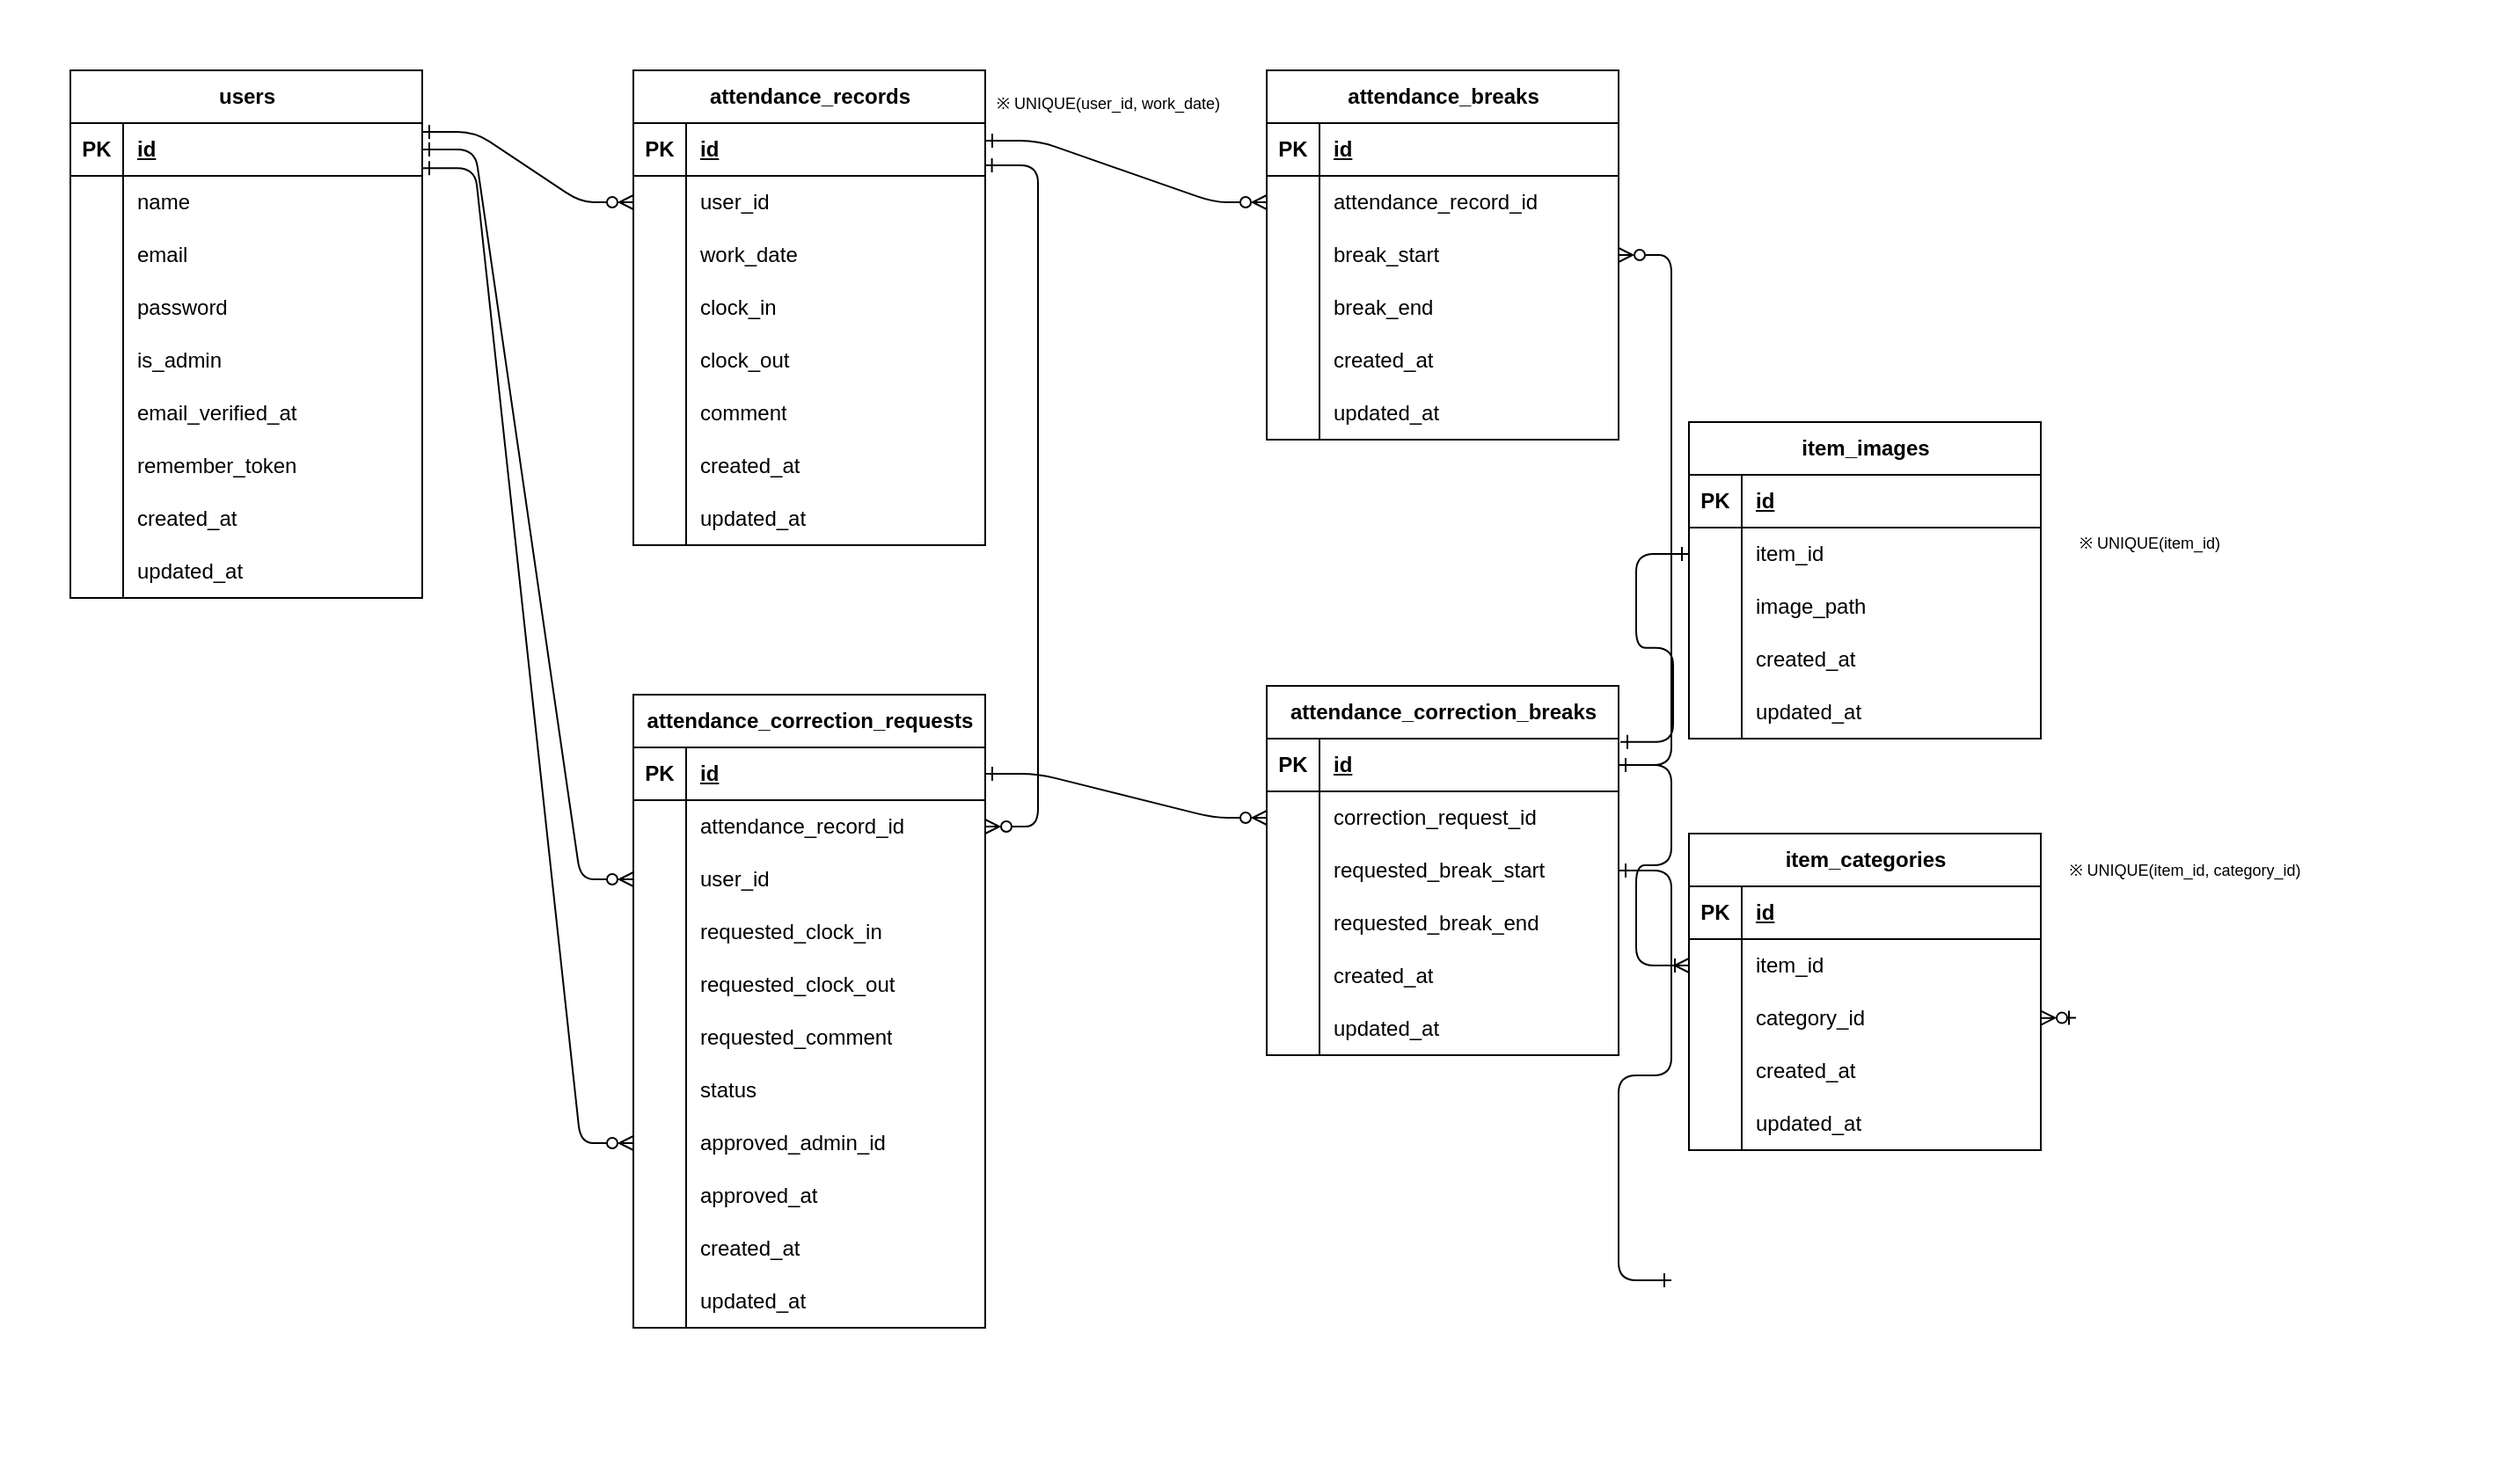
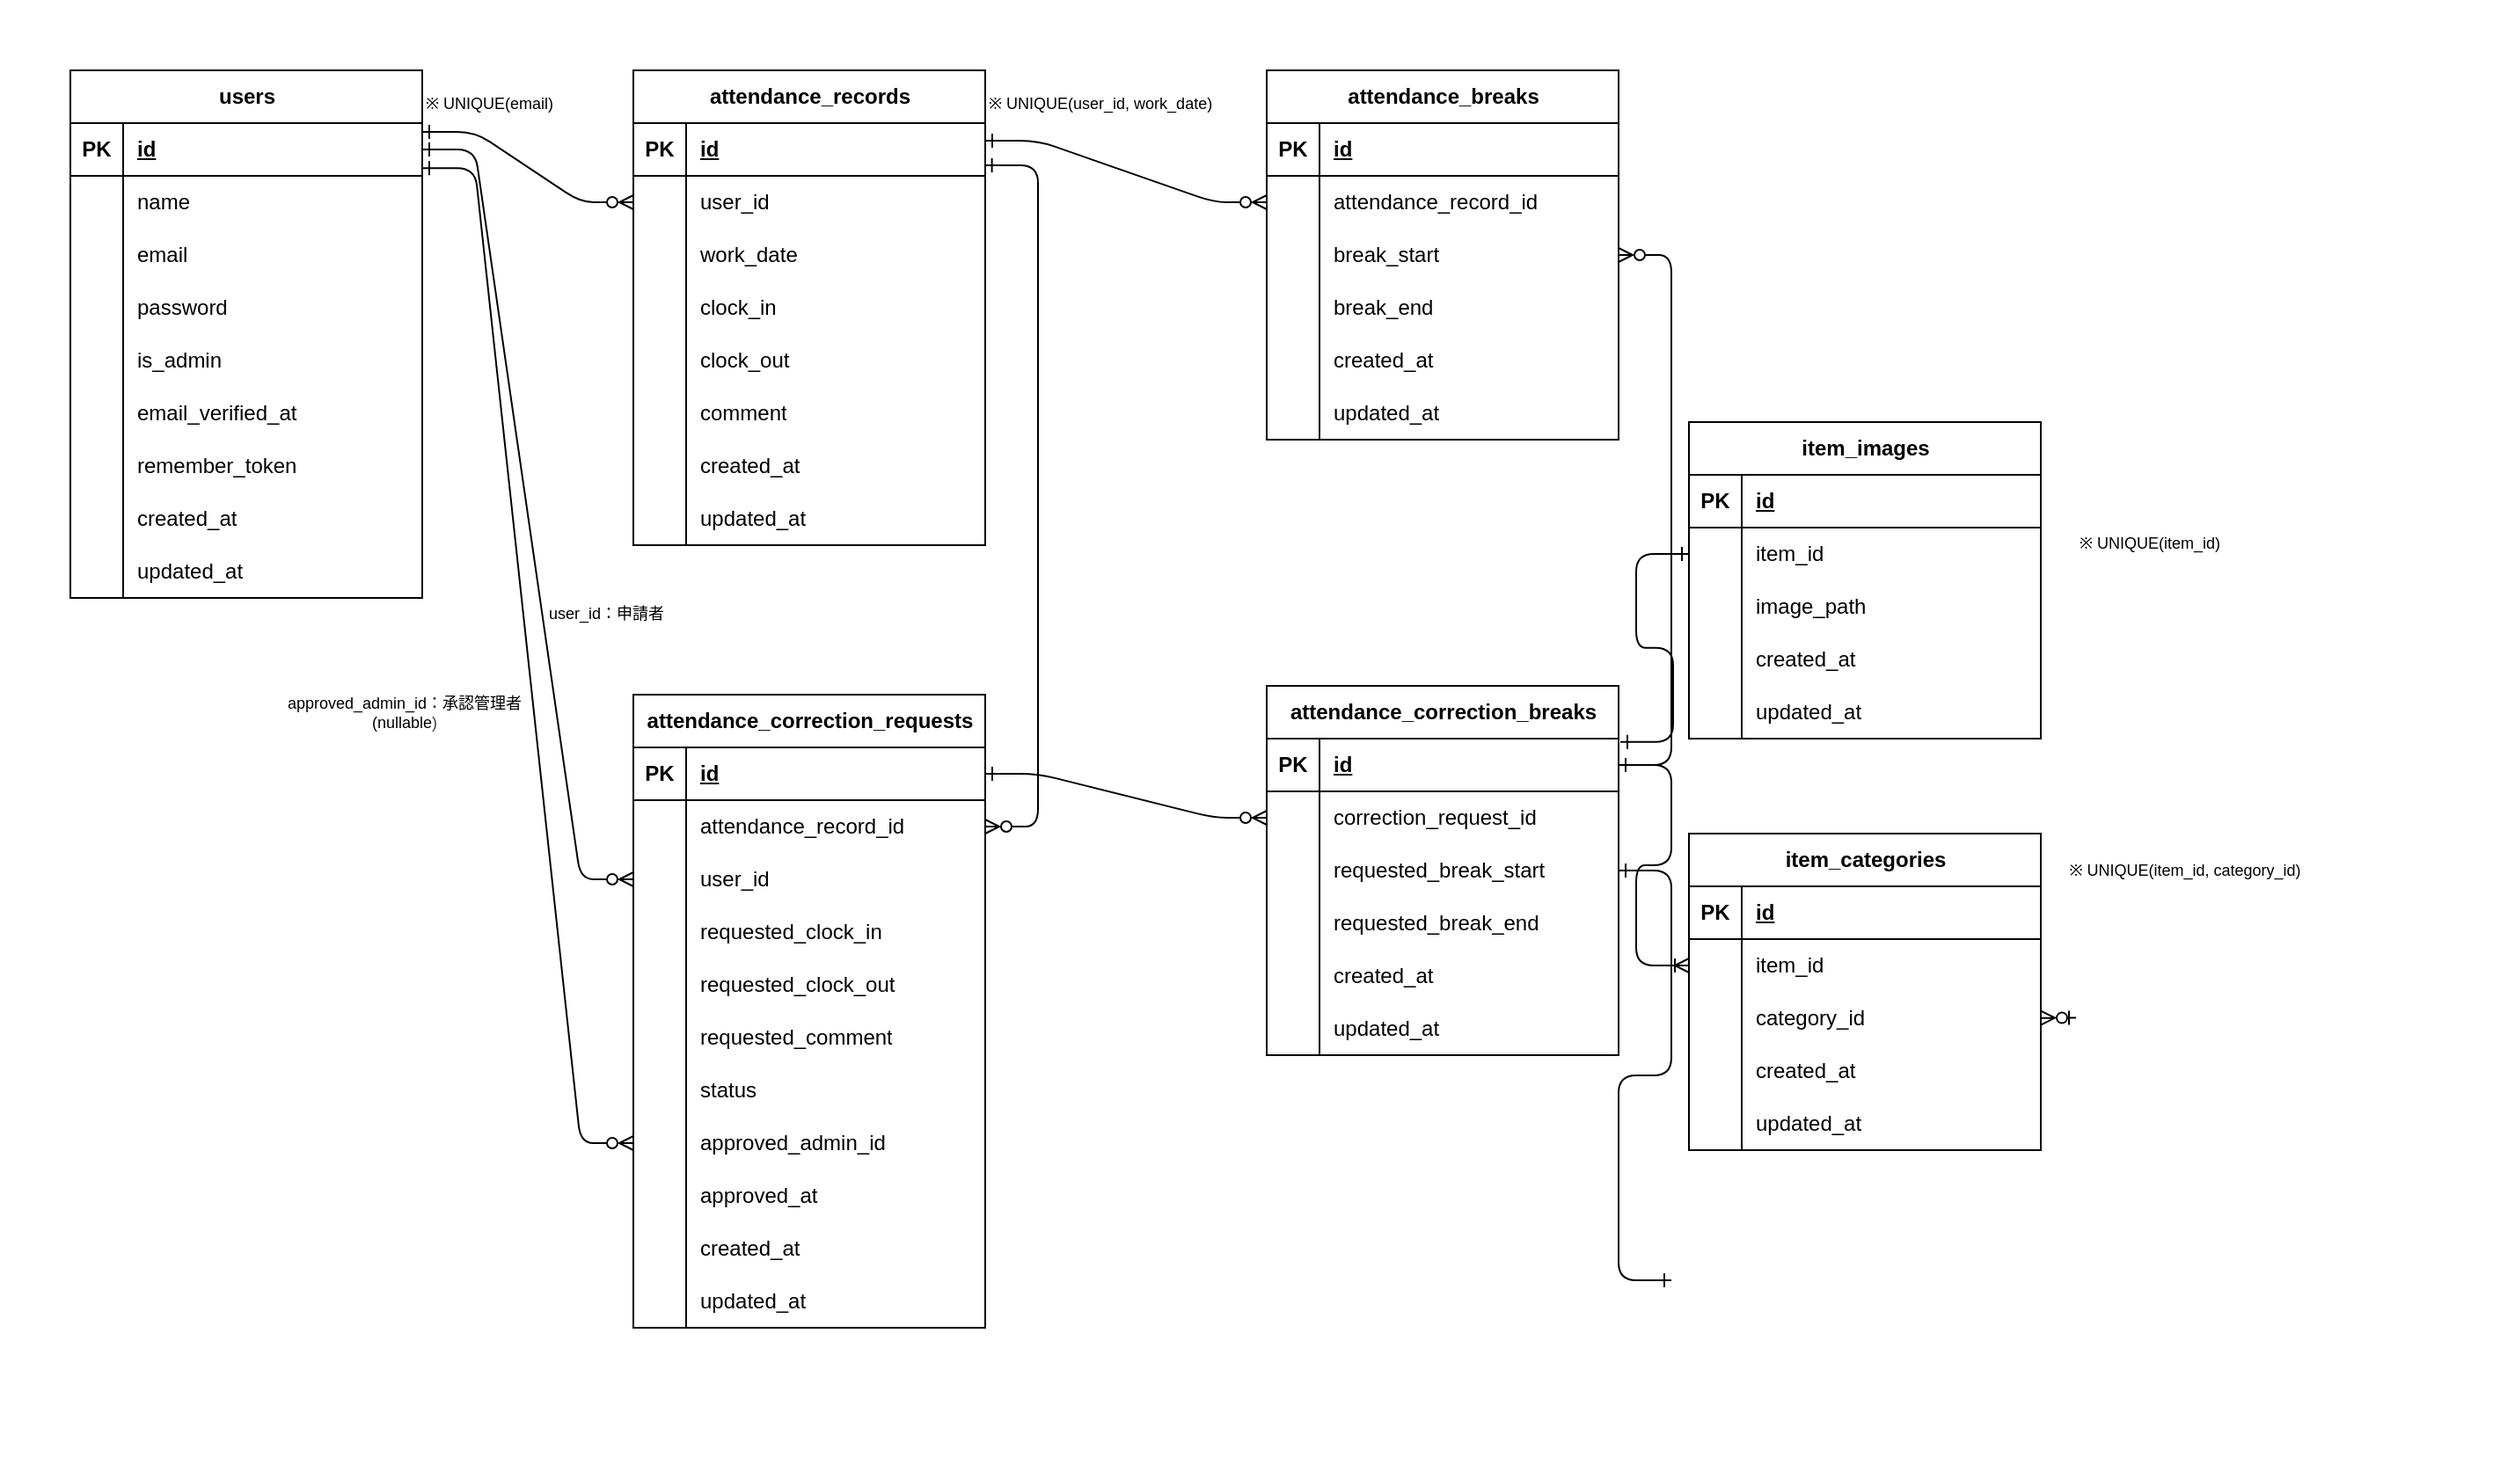
<mxfile host="65bd71144e">
    <diagram id="O8Jxp-ofABKYTSBoBBcw" name="ページ1">
-         <mxGraphModel dx="1107" dy="1569" grid="1" gridSize="10" guides="1" tooltips="1" connect="1" arrows="1" fold="1" page="1" pageScale="1" pageWidth="1169" pageHeight="827" background="#FFFFFF" math="0" shadow="0">
+         <mxGraphModel dx="1086" dy="1606" grid="1" gridSize="10" guides="1" tooltips="1" connect="1" arrows="1" fold="1" page="1" pageScale="1" pageWidth="1169" pageHeight="827" background="#FFFFFF" math="0" shadow="0">
            <root>
                <mxCell id="0"/>
                <mxCell id="1" parent="0"/>
+                 <mxCell id="298" value="" style="rounded=0;whiteSpace=wrap;html=1;fillColor=none;strokeColor=none;align=left;" vertex="1" parent="1">
+                     <mxGeometry x="920" y="-240" width="1180" height="800" as="geometry"/>
+                 </mxCell>
                <mxCell id="257" value="" style="rounded=0;whiteSpace=wrap;html=1;fillColor=none;strokeColor=none;" parent="1" vertex="1">
                    <mxGeometry x="920" y="-240" width="1420" height="840" as="geometry"/>
                </mxCell>
                <mxCell id="15" value="attendance_correction_breaks" style="shape=table;startSize=30;container=1;collapsible=1;childLayout=tableLayout;fixedRows=1;rowLines=0;fontStyle=1;align=center;resizeLast=1;html=1;" parent="1" vertex="1">
                    <mxGeometry x="1640" y="150" width="200" height="210" as="geometry"/>
                </mxCell>
                <mxCell id="16" value="" style="shape=tableRow;horizontal=0;startSize=0;swimlaneHead=0;swimlaneBody=0;fillColor=none;collapsible=0;dropTarget=0;points=[[0,0.5],[1,0.5]];portConstraint=eastwest;top=0;left=0;right=0;bottom=1;" parent="15" vertex="1">
                    <mxGeometry y="30" width="200" height="30" as="geometry"/>
                </mxCell>
                <mxCell id="17" value="PK" style="shape=partialRectangle;connectable=0;fillColor=none;top=0;left=0;bottom=0;right=0;fontStyle=1;overflow=hidden;whiteSpace=wrap;html=1;" parent="16" vertex="1">
                    <mxGeometry width="30" height="30" as="geometry">
                        <mxRectangle width="30" height="30" as="alternateBounds"/>
                    </mxGeometry>
                </mxCell>
                <mxCell id="18" value="id" style="shape=partialRectangle;connectable=0;fillColor=none;top=0;left=0;bottom=0;right=0;align=left;spacingLeft=6;fontStyle=5;overflow=hidden;whiteSpace=wrap;html=1;" parent="16" vertex="1">
                    <mxGeometry x="30" width="170" height="30" as="geometry">
                        <mxRectangle width="170" height="30" as="alternateBounds"/>
                    </mxGeometry>
                </mxCell>
                <mxCell id="19" value="" style="shape=tableRow;horizontal=0;startSize=0;swimlaneHead=0;swimlaneBody=0;fillColor=none;collapsible=0;dropTarget=0;points=[[0,0.5],[1,0.5]];portConstraint=eastwest;top=0;left=0;right=0;bottom=0;" parent="15" vertex="1">
                    <mxGeometry y="60" width="200" height="30" as="geometry"/>
                </mxCell>
                <mxCell id="20" value="" style="shape=partialRectangle;connectable=0;fillColor=none;top=0;left=0;bottom=0;right=0;editable=1;overflow=hidden;whiteSpace=wrap;html=1;" parent="19" vertex="1">
                    <mxGeometry width="30" height="30" as="geometry">
                        <mxRectangle width="30" height="30" as="alternateBounds"/>
                    </mxGeometry>
                </mxCell>
                <mxCell id="21" value="correction_request_id" style="shape=partialRectangle;connectable=0;fillColor=none;top=0;left=0;bottom=0;right=0;align=left;spacingLeft=6;overflow=hidden;whiteSpace=wrap;html=1;" parent="19" vertex="1">
                    <mxGeometry x="30" width="170" height="30" as="geometry">
                        <mxRectangle width="170" height="30" as="alternateBounds"/>
                    </mxGeometry>
                </mxCell>
                <mxCell id="22" value="" style="shape=tableRow;horizontal=0;startSize=0;swimlaneHead=0;swimlaneBody=0;fillColor=none;collapsible=0;dropTarget=0;points=[[0,0.5],[1,0.5]];portConstraint=eastwest;top=0;left=0;right=0;bottom=0;" parent="15" vertex="1">
                    <mxGeometry y="90" width="200" height="30" as="geometry"/>
                </mxCell>
                <mxCell id="23" value="" style="shape=partialRectangle;connectable=0;fillColor=none;top=0;left=0;bottom=0;right=0;editable=1;overflow=hidden;whiteSpace=wrap;html=1;" parent="22" vertex="1">
                    <mxGeometry width="30" height="30" as="geometry">
                        <mxRectangle width="30" height="30" as="alternateBounds"/>
                    </mxGeometry>
                </mxCell>
                <mxCell id="24" value="requested_break_start" style="shape=partialRectangle;connectable=0;fillColor=none;top=0;left=0;bottom=0;right=0;align=left;spacingLeft=6;overflow=hidden;whiteSpace=wrap;html=1;" parent="22" vertex="1">
                    <mxGeometry x="30" width="170" height="30" as="geometry">
                        <mxRectangle width="170" height="30" as="alternateBounds"/>
                    </mxGeometry>
                </mxCell>
                <mxCell id="25" value="" style="shape=tableRow;horizontal=0;startSize=0;swimlaneHead=0;swimlaneBody=0;fillColor=none;collapsible=0;dropTarget=0;points=[[0,0.5],[1,0.5]];portConstraint=eastwest;top=0;left=0;right=0;bottom=0;" parent="15" vertex="1">
                    <mxGeometry y="120" width="200" height="30" as="geometry"/>
                </mxCell>
                <mxCell id="26" value="" style="shape=partialRectangle;connectable=0;fillColor=none;top=0;left=0;bottom=0;right=0;editable=1;overflow=hidden;whiteSpace=wrap;html=1;" parent="25" vertex="1">
                    <mxGeometry width="30" height="30" as="geometry">
                        <mxRectangle width="30" height="30" as="alternateBounds"/>
                    </mxGeometry>
                </mxCell>
                <mxCell id="27" value="requested_break_end" style="shape=partialRectangle;connectable=0;fillColor=none;top=0;left=0;bottom=0;right=0;align=left;spacingLeft=6;overflow=hidden;whiteSpace=wrap;html=1;" parent="25" vertex="1">
                    <mxGeometry x="30" width="170" height="30" as="geometry">
                        <mxRectangle width="170" height="30" as="alternateBounds"/>
                    </mxGeometry>
                </mxCell>
                <mxCell id="69" value="" style="shape=tableRow;horizontal=0;startSize=0;swimlaneHead=0;swimlaneBody=0;fillColor=none;collapsible=0;dropTarget=0;points=[[0,0.5],[1,0.5]];portConstraint=eastwest;top=0;left=0;right=0;bottom=0;" parent="15" vertex="1">
                    <mxGeometry y="150" width="200" height="30" as="geometry"/>
                </mxCell>
                <mxCell id="70" value="" style="shape=partialRectangle;connectable=0;fillColor=none;top=0;left=0;bottom=0;right=0;editable=1;overflow=hidden;whiteSpace=wrap;html=1;" parent="69" vertex="1">
                    <mxGeometry width="30" height="30" as="geometry">
                        <mxRectangle width="30" height="30" as="alternateBounds"/>
                    </mxGeometry>
                </mxCell>
                <mxCell id="71" value="&lt;span style=&quot;color: rgb(0, 0, 0);&quot;&gt;created_at&lt;/span&gt;" style="shape=partialRectangle;connectable=0;fillColor=none;top=0;left=0;bottom=0;right=0;align=left;spacingLeft=6;overflow=hidden;whiteSpace=wrap;html=1;" parent="69" vertex="1">
                    <mxGeometry x="30" width="170" height="30" as="geometry">
                        <mxRectangle width="170" height="30" as="alternateBounds"/>
                    </mxGeometry>
                </mxCell>
                <mxCell id="97" value="" style="shape=tableRow;horizontal=0;startSize=0;swimlaneHead=0;swimlaneBody=0;fillColor=none;collapsible=0;dropTarget=0;points=[[0,0.5],[1,0.5]];portConstraint=eastwest;top=0;left=0;right=0;bottom=0;" parent="15" vertex="1">
                    <mxGeometry y="180" width="200" height="30" as="geometry"/>
                </mxCell>
                <mxCell id="98" value="" style="shape=partialRectangle;connectable=0;fillColor=none;top=0;left=0;bottom=0;right=0;editable=1;overflow=hidden;whiteSpace=wrap;html=1;" parent="97" vertex="1">
                    <mxGeometry width="30" height="30" as="geometry">
                        <mxRectangle width="30" height="30" as="alternateBounds"/>
                    </mxGeometry>
                </mxCell>
                <mxCell id="99" value="updated_at" style="shape=partialRectangle;connectable=0;fillColor=none;top=0;left=0;bottom=0;right=0;align=left;spacingLeft=6;overflow=hidden;whiteSpace=wrap;html=1;" parent="97" vertex="1">
                    <mxGeometry x="30" width="170" height="30" as="geometry">
                        <mxRectangle width="170" height="30" as="alternateBounds"/>
                    </mxGeometry>
                </mxCell>
                <mxCell id="28" value="users" style="shape=table;startSize=30;container=1;collapsible=1;childLayout=tableLayout;fixedRows=1;rowLines=0;fontStyle=1;align=center;resizeLast=1;html=1;" parent="1" vertex="1">
                    <mxGeometry x="960" y="-200" width="200" height="300" as="geometry"/>
                </mxCell>
                <mxCell id="29" value="" style="shape=tableRow;horizontal=0;startSize=0;swimlaneHead=0;swimlaneBody=0;fillColor=none;collapsible=0;dropTarget=0;points=[[0,0.5],[1,0.5]];portConstraint=eastwest;top=0;left=0;right=0;bottom=1;" parent="28" vertex="1">
                    <mxGeometry y="30" width="200" height="30" as="geometry"/>
                </mxCell>
                <mxCell id="30" value="PK" style="shape=partialRectangle;connectable=0;fillColor=none;top=0;left=0;bottom=0;right=0;fontStyle=1;overflow=hidden;whiteSpace=wrap;html=1;" parent="29" vertex="1">
                    <mxGeometry width="30" height="30" as="geometry">
                        <mxRectangle width="30" height="30" as="alternateBounds"/>
                    </mxGeometry>
                </mxCell>
                <mxCell id="31" value="id" style="shape=partialRectangle;connectable=0;fillColor=none;top=0;left=0;bottom=0;right=0;align=left;spacingLeft=6;fontStyle=5;overflow=hidden;whiteSpace=wrap;html=1;" parent="29" vertex="1">
                    <mxGeometry x="30" width="170" height="30" as="geometry">
                        <mxRectangle width="170" height="30" as="alternateBounds"/>
                    </mxGeometry>
                </mxCell>
                <mxCell id="32" value="" style="shape=tableRow;horizontal=0;startSize=0;swimlaneHead=0;swimlaneBody=0;fillColor=none;collapsible=0;dropTarget=0;points=[[0,0.5],[1,0.5]];portConstraint=eastwest;top=0;left=0;right=0;bottom=0;" parent="28" vertex="1">
                    <mxGeometry y="60" width="200" height="30" as="geometry"/>
                </mxCell>
                <mxCell id="33" value="" style="shape=partialRectangle;connectable=0;fillColor=none;top=0;left=0;bottom=0;right=0;editable=1;overflow=hidden;whiteSpace=wrap;html=1;" parent="32" vertex="1">
                    <mxGeometry width="30" height="30" as="geometry">
                        <mxRectangle width="30" height="30" as="alternateBounds"/>
                    </mxGeometry>
                </mxCell>
                <mxCell id="34" value="name" style="shape=partialRectangle;connectable=0;fillColor=none;top=0;left=0;bottom=0;right=0;align=left;spacingLeft=6;overflow=hidden;whiteSpace=wrap;html=1;" parent="32" vertex="1">
                    <mxGeometry x="30" width="170" height="30" as="geometry">
                        <mxRectangle width="170" height="30" as="alternateBounds"/>
                    </mxGeometry>
                </mxCell>
                <mxCell id="35" value="" style="shape=tableRow;horizontal=0;startSize=0;swimlaneHead=0;swimlaneBody=0;fillColor=none;collapsible=0;dropTarget=0;points=[[0,0.5],[1,0.5]];portConstraint=eastwest;top=0;left=0;right=0;bottom=0;" parent="28" vertex="1">
                    <mxGeometry y="90" width="200" height="30" as="geometry"/>
                </mxCell>
                <mxCell id="36" value="" style="shape=partialRectangle;connectable=0;fillColor=none;top=0;left=0;bottom=0;right=0;editable=1;overflow=hidden;whiteSpace=wrap;html=1;" parent="35" vertex="1">
                    <mxGeometry width="30" height="30" as="geometry">
                        <mxRectangle width="30" height="30" as="alternateBounds"/>
                    </mxGeometry>
                </mxCell>
                <mxCell id="37" value="email" style="shape=partialRectangle;connectable=0;fillColor=none;top=0;left=0;bottom=0;right=0;align=left;spacingLeft=6;overflow=hidden;whiteSpace=wrap;html=1;" parent="35" vertex="1">
                    <mxGeometry x="30" width="170" height="30" as="geometry">
                        <mxRectangle width="170" height="30" as="alternateBounds"/>
                    </mxGeometry>
                </mxCell>
                <mxCell id="38" value="" style="shape=tableRow;horizontal=0;startSize=0;swimlaneHead=0;swimlaneBody=0;fillColor=none;collapsible=0;dropTarget=0;points=[[0,0.5],[1,0.5]];portConstraint=eastwest;top=0;left=0;right=0;bottom=0;" parent="28" vertex="1">
                    <mxGeometry y="120" width="200" height="30" as="geometry"/>
                </mxCell>
                <mxCell id="39" value="" style="shape=partialRectangle;connectable=0;fillColor=none;top=0;left=0;bottom=0;right=0;editable=1;overflow=hidden;whiteSpace=wrap;html=1;" parent="38" vertex="1">
                    <mxGeometry width="30" height="30" as="geometry">
                        <mxRectangle width="30" height="30" as="alternateBounds"/>
                    </mxGeometry>
                </mxCell>
                <mxCell id="40" value="password" style="shape=partialRectangle;connectable=0;fillColor=none;top=0;left=0;bottom=0;right=0;align=left;spacingLeft=6;overflow=hidden;whiteSpace=wrap;html=1;" parent="38" vertex="1">
                    <mxGeometry x="30" width="170" height="30" as="geometry">
                        <mxRectangle width="170" height="30" as="alternateBounds"/>
                    </mxGeometry>
                </mxCell>
                <mxCell id="63" value="" style="shape=tableRow;horizontal=0;startSize=0;swimlaneHead=0;swimlaneBody=0;fillColor=none;collapsible=0;dropTarget=0;points=[[0,0.5],[1,0.5]];portConstraint=eastwest;top=0;left=0;right=0;bottom=0;" parent="28" vertex="1">
                    <mxGeometry y="150" width="200" height="30" as="geometry"/>
                </mxCell>
                <mxCell id="64" value="" style="shape=partialRectangle;connectable=0;fillColor=none;top=0;left=0;bottom=0;right=0;editable=1;overflow=hidden;whiteSpace=wrap;html=1;" parent="63" vertex="1">
                    <mxGeometry width="30" height="30" as="geometry">
                        <mxRectangle width="30" height="30" as="alternateBounds"/>
                    </mxGeometry>
                </mxCell>
                <mxCell id="65" value="is_admin" style="shape=partialRectangle;connectable=0;fillColor=none;top=0;left=0;bottom=0;right=0;align=left;spacingLeft=6;overflow=hidden;whiteSpace=wrap;html=1;" parent="63" vertex="1">
                    <mxGeometry x="30" width="170" height="30" as="geometry">
                        <mxRectangle width="170" height="30" as="alternateBounds"/>
                    </mxGeometry>
                </mxCell>
                <mxCell id="75" value="" style="shape=tableRow;horizontal=0;startSize=0;swimlaneHead=0;swimlaneBody=0;fillColor=none;collapsible=0;dropTarget=0;points=[[0,0.5],[1,0.5]];portConstraint=eastwest;top=0;left=0;right=0;bottom=0;" parent="28" vertex="1">
                    <mxGeometry y="180" width="200" height="30" as="geometry"/>
                </mxCell>
                <mxCell id="76" value="" style="shape=partialRectangle;connectable=0;fillColor=none;top=0;left=0;bottom=0;right=0;editable=1;overflow=hidden;whiteSpace=wrap;html=1;" parent="75" vertex="1">
                    <mxGeometry width="30" height="30" as="geometry">
                        <mxRectangle width="30" height="30" as="alternateBounds"/>
                    </mxGeometry>
                </mxCell>
                <mxCell id="77" value="&lt;span style=&quot;color: rgb(0, 0, 0);&quot;&gt;email_verified_at&lt;/span&gt;" style="shape=partialRectangle;connectable=0;fillColor=none;top=0;left=0;bottom=0;right=0;align=left;spacingLeft=6;overflow=hidden;whiteSpace=wrap;html=1;" parent="75" vertex="1">
                    <mxGeometry x="30" width="170" height="30" as="geometry">
                        <mxRectangle width="170" height="30" as="alternateBounds"/>
                    </mxGeometry>
                </mxCell>
                <mxCell id="88" value="" style="shape=tableRow;horizontal=0;startSize=0;swimlaneHead=0;swimlaneBody=0;fillColor=none;collapsible=0;dropTarget=0;points=[[0,0.5],[1,0.5]];portConstraint=eastwest;top=0;left=0;right=0;bottom=0;" parent="28" vertex="1">
                    <mxGeometry y="210" width="200" height="30" as="geometry"/>
                </mxCell>
                <mxCell id="89" value="" style="shape=partialRectangle;connectable=0;fillColor=none;top=0;left=0;bottom=0;right=0;editable=1;overflow=hidden;whiteSpace=wrap;html=1;" parent="88" vertex="1">
                    <mxGeometry width="30" height="30" as="geometry">
                        <mxRectangle width="30" height="30" as="alternateBounds"/>
                    </mxGeometry>
                </mxCell>
                <mxCell id="90" value="&lt;span style=&quot;color: rgb(0, 0, 0);&quot;&gt;remember_token&lt;/span&gt;" style="shape=partialRectangle;connectable=0;fillColor=none;top=0;left=0;bottom=0;right=0;align=left;spacingLeft=6;overflow=hidden;whiteSpace=wrap;html=1;" parent="88" vertex="1">
                    <mxGeometry x="30" width="170" height="30" as="geometry">
                        <mxRectangle width="170" height="30" as="alternateBounds"/>
                    </mxGeometry>
                </mxCell>
                <mxCell id="270" value="" style="shape=tableRow;horizontal=0;startSize=0;swimlaneHead=0;swimlaneBody=0;fillColor=none;collapsible=0;dropTarget=0;points=[[0,0.5],[1,0.5]];portConstraint=eastwest;top=0;left=0;right=0;bottom=0;" parent="28" vertex="1">
                    <mxGeometry y="240" width="200" height="30" as="geometry"/>
                </mxCell>
                <mxCell id="271" value="" style="shape=partialRectangle;connectable=0;fillColor=none;top=0;left=0;bottom=0;right=0;editable=1;overflow=hidden;whiteSpace=wrap;html=1;" parent="270" vertex="1">
                    <mxGeometry width="30" height="30" as="geometry">
                        <mxRectangle width="30" height="30" as="alternateBounds"/>
                    </mxGeometry>
                </mxCell>
                <mxCell id="272" value="&lt;span style=&quot;color: rgb(0, 0, 0);&quot;&gt;created_at&lt;/span&gt;" style="shape=partialRectangle;connectable=0;fillColor=none;top=0;left=0;bottom=0;right=0;align=left;spacingLeft=6;overflow=hidden;whiteSpace=wrap;html=1;" parent="270" vertex="1">
                    <mxGeometry x="30" width="170" height="30" as="geometry">
                        <mxRectangle width="170" height="30" as="alternateBounds"/>
                    </mxGeometry>
                </mxCell>
                <mxCell id="273" value="" style="shape=tableRow;horizontal=0;startSize=0;swimlaneHead=0;swimlaneBody=0;fillColor=none;collapsible=0;dropTarget=0;points=[[0,0.5],[1,0.5]];portConstraint=eastwest;top=0;left=0;right=0;bottom=0;" parent="28" vertex="1">
                    <mxGeometry y="270" width="200" height="30" as="geometry"/>
                </mxCell>
                <mxCell id="274" value="" style="shape=partialRectangle;connectable=0;fillColor=none;top=0;left=0;bottom=0;right=0;editable=1;overflow=hidden;whiteSpace=wrap;html=1;" parent="273" vertex="1">
                    <mxGeometry width="30" height="30" as="geometry">
                        <mxRectangle width="30" height="30" as="alternateBounds"/>
                    </mxGeometry>
                </mxCell>
                <mxCell id="275" value="updated_at" style="shape=partialRectangle;connectable=0;fillColor=none;top=0;left=0;bottom=0;right=0;align=left;spacingLeft=6;overflow=hidden;whiteSpace=wrap;html=1;" parent="273" vertex="1">
                    <mxGeometry x="30" width="170" height="30" as="geometry">
                        <mxRectangle width="170" height="30" as="alternateBounds"/>
                    </mxGeometry>
                </mxCell>
                <mxCell id="41" value="item_categories" style="shape=table;startSize=30;container=1;collapsible=1;childLayout=tableLayout;fixedRows=1;rowLines=0;fontStyle=1;align=center;resizeLast=1;html=1;" parent="1" vertex="1">
                    <mxGeometry x="1880" y="234" width="200" height="180" as="geometry"/>
                </mxCell>
                <mxCell id="42" value="" style="shape=tableRow;horizontal=0;startSize=0;swimlaneHead=0;swimlaneBody=0;fillColor=none;collapsible=0;dropTarget=0;points=[[0,0.5],[1,0.5]];portConstraint=eastwest;top=0;left=0;right=0;bottom=1;" parent="41" vertex="1">
                    <mxGeometry y="30" width="200" height="30" as="geometry"/>
                </mxCell>
                <mxCell id="43" value="PK" style="shape=partialRectangle;connectable=0;fillColor=none;top=0;left=0;bottom=0;right=0;fontStyle=1;overflow=hidden;whiteSpace=wrap;html=1;" parent="42" vertex="1">
                    <mxGeometry width="30" height="30" as="geometry">
                        <mxRectangle width="30" height="30" as="alternateBounds"/>
                    </mxGeometry>
                </mxCell>
                <mxCell id="44" value="id" style="shape=partialRectangle;connectable=0;fillColor=none;top=0;left=0;bottom=0;right=0;align=left;spacingLeft=6;fontStyle=5;overflow=hidden;whiteSpace=wrap;html=1;" parent="42" vertex="1">
                    <mxGeometry x="30" width="170" height="30" as="geometry">
                        <mxRectangle width="170" height="30" as="alternateBounds"/>
                    </mxGeometry>
                </mxCell>
                <mxCell id="45" value="" style="shape=tableRow;horizontal=0;startSize=0;swimlaneHead=0;swimlaneBody=0;fillColor=none;collapsible=0;dropTarget=0;points=[[0,0.5],[1,0.5]];portConstraint=eastwest;top=0;left=0;right=0;bottom=0;" parent="41" vertex="1">
                    <mxGeometry y="60" width="200" height="30" as="geometry"/>
                </mxCell>
                <mxCell id="46" value="" style="shape=partialRectangle;connectable=0;fillColor=none;top=0;left=0;bottom=0;right=0;editable=1;overflow=hidden;whiteSpace=wrap;html=1;" parent="45" vertex="1">
                    <mxGeometry width="30" height="30" as="geometry">
                        <mxRectangle width="30" height="30" as="alternateBounds"/>
                    </mxGeometry>
                </mxCell>
                <mxCell id="47" value="item_id" style="shape=partialRectangle;connectable=0;fillColor=none;top=0;left=0;bottom=0;right=0;align=left;spacingLeft=6;overflow=hidden;whiteSpace=wrap;html=1;" parent="45" vertex="1">
                    <mxGeometry x="30" width="170" height="30" as="geometry">
                        <mxRectangle width="170" height="30" as="alternateBounds"/>
                    </mxGeometry>
                </mxCell>
                <mxCell id="48" value="" style="shape=tableRow;horizontal=0;startSize=0;swimlaneHead=0;swimlaneBody=0;fillColor=none;collapsible=0;dropTarget=0;points=[[0,0.5],[1,0.5]];portConstraint=eastwest;top=0;left=0;right=0;bottom=0;" parent="41" vertex="1">
                    <mxGeometry y="90" width="200" height="30" as="geometry"/>
                </mxCell>
                <mxCell id="49" value="" style="shape=partialRectangle;connectable=0;fillColor=none;top=0;left=0;bottom=0;right=0;editable=1;overflow=hidden;whiteSpace=wrap;html=1;" parent="48" vertex="1">
                    <mxGeometry width="30" height="30" as="geometry">
                        <mxRectangle width="30" height="30" as="alternateBounds"/>
                    </mxGeometry>
                </mxCell>
                <mxCell id="50" value="category_id" style="shape=partialRectangle;connectable=0;fillColor=none;top=0;left=0;bottom=0;right=0;align=left;spacingLeft=6;overflow=hidden;whiteSpace=wrap;html=1;" parent="48" vertex="1">
                    <mxGeometry x="30" width="170" height="30" as="geometry">
                        <mxRectangle width="170" height="30" as="alternateBounds"/>
                    </mxGeometry>
                </mxCell>
                <mxCell id="51" value="" style="shape=tableRow;horizontal=0;startSize=0;swimlaneHead=0;swimlaneBody=0;fillColor=none;collapsible=0;dropTarget=0;points=[[0,0.5],[1,0.5]];portConstraint=eastwest;top=0;left=0;right=0;bottom=0;" parent="41" vertex="1">
                    <mxGeometry y="120" width="200" height="30" as="geometry"/>
                </mxCell>
                <mxCell id="52" value="" style="shape=partialRectangle;connectable=0;fillColor=none;top=0;left=0;bottom=0;right=0;editable=1;overflow=hidden;whiteSpace=wrap;html=1;" parent="51" vertex="1">
                    <mxGeometry width="30" height="30" as="geometry">
                        <mxRectangle width="30" height="30" as="alternateBounds"/>
                    </mxGeometry>
                </mxCell>
                <mxCell id="53" value="created_at" style="shape=partialRectangle;connectable=0;fillColor=none;top=0;left=0;bottom=0;right=0;align=left;spacingLeft=6;overflow=hidden;whiteSpace=wrap;html=1;" parent="51" vertex="1">
                    <mxGeometry x="30" width="170" height="30" as="geometry">
                        <mxRectangle width="170" height="30" as="alternateBounds"/>
                    </mxGeometry>
                </mxCell>
                <mxCell id="78" value="" style="shape=tableRow;horizontal=0;startSize=0;swimlaneHead=0;swimlaneBody=0;fillColor=none;collapsible=0;dropTarget=0;points=[[0,0.5],[1,0.5]];portConstraint=eastwest;top=0;left=0;right=0;bottom=0;" parent="41" vertex="1">
                    <mxGeometry y="150" width="200" height="30" as="geometry"/>
                </mxCell>
                <mxCell id="79" value="" style="shape=partialRectangle;connectable=0;fillColor=none;top=0;left=0;bottom=0;right=0;editable=1;overflow=hidden;whiteSpace=wrap;html=1;" parent="78" vertex="1">
                    <mxGeometry width="30" height="30" as="geometry">
                        <mxRectangle width="30" height="30" as="alternateBounds"/>
                    </mxGeometry>
                </mxCell>
                <mxCell id="80" value="updated_at" style="shape=partialRectangle;connectable=0;fillColor=none;top=0;left=0;bottom=0;right=0;align=left;spacingLeft=6;overflow=hidden;whiteSpace=wrap;html=1;" parent="78" vertex="1">
                    <mxGeometry x="30" width="170" height="30" as="geometry">
                        <mxRectangle width="170" height="30" as="alternateBounds"/>
                    </mxGeometry>
                </mxCell>
                <mxCell id="67" value="" style="edgeStyle=entityRelationEdgeStyle;fontSize=12;html=1;endArrow=ERzeroToMany;startArrow=ERone;startFill=0;endFill=0;exitX=1;exitY=0.5;exitDx=0;exitDy=0;" parent="1" source="29" target="168" edge="1">
                    <mxGeometry width="100" height="100" relative="1" as="geometry">
                        <mxPoint x="1154.6399999999999" y="538.99" as="sourcePoint"/>
                        <mxPoint x="1258" y="467" as="targetPoint"/>
                        <Array as="points">
                            <mxPoint x="1190" y="-155"/>
                            <mxPoint x="1230" y="50"/>
                            <mxPoint x="1198" y="88"/>
                            <mxPoint x="1667" y="604"/>
                        </Array>
                    </mxGeometry>
                </mxCell>
                <mxCell id="100" value="item_images" style="shape=table;startSize=30;container=1;collapsible=1;childLayout=tableLayout;fixedRows=1;rowLines=0;fontStyle=1;align=center;resizeLast=1;html=1;" parent="1" vertex="1">
                    <mxGeometry x="1880" width="200" height="180" as="geometry"/>
                </mxCell>
                <mxCell id="101" value="" style="shape=tableRow;horizontal=0;startSize=0;swimlaneHead=0;swimlaneBody=0;fillColor=none;collapsible=0;dropTarget=0;points=[[0,0.5],[1,0.5]];portConstraint=eastwest;top=0;left=0;right=0;bottom=1;" parent="100" vertex="1">
                    <mxGeometry y="30" width="200" height="30" as="geometry"/>
                </mxCell>
                <mxCell id="102" value="PK" style="shape=partialRectangle;connectable=0;fillColor=none;top=0;left=0;bottom=0;right=0;fontStyle=1;overflow=hidden;whiteSpace=wrap;html=1;" parent="101" vertex="1">
                    <mxGeometry width="30" height="30" as="geometry">
                        <mxRectangle width="30" height="30" as="alternateBounds"/>
                    </mxGeometry>
                </mxCell>
                <mxCell id="103" value="id" style="shape=partialRectangle;connectable=0;fillColor=none;top=0;left=0;bottom=0;right=0;align=left;spacingLeft=6;fontStyle=5;overflow=hidden;whiteSpace=wrap;html=1;" parent="101" vertex="1">
                    <mxGeometry x="30" width="170" height="30" as="geometry">
                        <mxRectangle width="170" height="30" as="alternateBounds"/>
                    </mxGeometry>
                </mxCell>
                <mxCell id="104" value="" style="shape=tableRow;horizontal=0;startSize=0;swimlaneHead=0;swimlaneBody=0;fillColor=none;collapsible=0;dropTarget=0;points=[[0,0.5],[1,0.5]];portConstraint=eastwest;top=0;left=0;right=0;bottom=0;" parent="100" vertex="1">
                    <mxGeometry y="60" width="200" height="30" as="geometry"/>
                </mxCell>
                <mxCell id="105" value="" style="shape=partialRectangle;connectable=0;fillColor=none;top=0;left=0;bottom=0;right=0;editable=1;overflow=hidden;whiteSpace=wrap;html=1;" parent="104" vertex="1">
                    <mxGeometry width="30" height="30" as="geometry">
                        <mxRectangle width="30" height="30" as="alternateBounds"/>
                    </mxGeometry>
                </mxCell>
                <mxCell id="106" value="item_id" style="shape=partialRectangle;connectable=0;fillColor=none;top=0;left=0;bottom=0;right=0;align=left;spacingLeft=6;overflow=hidden;whiteSpace=wrap;html=1;" parent="104" vertex="1">
                    <mxGeometry x="30" width="170" height="30" as="geometry">
                        <mxRectangle width="170" height="30" as="alternateBounds"/>
                    </mxGeometry>
                </mxCell>
                <mxCell id="107" value="" style="shape=tableRow;horizontal=0;startSize=0;swimlaneHead=0;swimlaneBody=0;fillColor=none;collapsible=0;dropTarget=0;points=[[0,0.5],[1,0.5]];portConstraint=eastwest;top=0;left=0;right=0;bottom=0;" parent="100" vertex="1">
                    <mxGeometry y="90" width="200" height="30" as="geometry"/>
                </mxCell>
                <mxCell id="108" value="" style="shape=partialRectangle;connectable=0;fillColor=none;top=0;left=0;bottom=0;right=0;editable=1;overflow=hidden;whiteSpace=wrap;html=1;" parent="107" vertex="1">
                    <mxGeometry width="30" height="30" as="geometry">
                        <mxRectangle width="30" height="30" as="alternateBounds"/>
                    </mxGeometry>
                </mxCell>
                <mxCell id="109" value="image_path" style="shape=partialRectangle;connectable=0;fillColor=none;top=0;left=0;bottom=0;right=0;align=left;spacingLeft=6;overflow=hidden;whiteSpace=wrap;html=1;" parent="107" vertex="1">
                    <mxGeometry x="30" width="170" height="30" as="geometry">
                        <mxRectangle width="170" height="30" as="alternateBounds"/>
                    </mxGeometry>
                </mxCell>
                <mxCell id="110" value="" style="shape=tableRow;horizontal=0;startSize=0;swimlaneHead=0;swimlaneBody=0;fillColor=none;collapsible=0;dropTarget=0;points=[[0,0.5],[1,0.5]];portConstraint=eastwest;top=0;left=0;right=0;bottom=0;" parent="100" vertex="1">
                    <mxGeometry y="120" width="200" height="30" as="geometry"/>
                </mxCell>
                <mxCell id="111" value="" style="shape=partialRectangle;connectable=0;fillColor=none;top=0;left=0;bottom=0;right=0;editable=1;overflow=hidden;whiteSpace=wrap;html=1;" parent="110" vertex="1">
                    <mxGeometry width="30" height="30" as="geometry">
                        <mxRectangle width="30" height="30" as="alternateBounds"/>
                    </mxGeometry>
                </mxCell>
                <mxCell id="112" value="created_at" style="shape=partialRectangle;connectable=0;fillColor=none;top=0;left=0;bottom=0;right=0;align=left;spacingLeft=6;overflow=hidden;whiteSpace=wrap;html=1;" parent="110" vertex="1">
                    <mxGeometry x="30" width="170" height="30" as="geometry">
                        <mxRectangle width="170" height="30" as="alternateBounds"/>
                    </mxGeometry>
                </mxCell>
                <mxCell id="113" value="" style="shape=tableRow;horizontal=0;startSize=0;swimlaneHead=0;swimlaneBody=0;fillColor=none;collapsible=0;dropTarget=0;points=[[0,0.5],[1,0.5]];portConstraint=eastwest;top=0;left=0;right=0;bottom=0;" parent="100" vertex="1">
                    <mxGeometry y="150" width="200" height="30" as="geometry"/>
                </mxCell>
                <mxCell id="114" value="" style="shape=partialRectangle;connectable=0;fillColor=none;top=0;left=0;bottom=0;right=0;editable=1;overflow=hidden;whiteSpace=wrap;html=1;" parent="113" vertex="1">
                    <mxGeometry width="30" height="30" as="geometry">
                        <mxRectangle width="30" height="30" as="alternateBounds"/>
                    </mxGeometry>
                </mxCell>
                <mxCell id="115" value="updated_at" style="shape=partialRectangle;connectable=0;fillColor=none;top=0;left=0;bottom=0;right=0;align=left;spacingLeft=6;overflow=hidden;whiteSpace=wrap;html=1;" parent="113" vertex="1">
                    <mxGeometry x="30" width="170" height="30" as="geometry">
                        <mxRectangle width="170" height="30" as="alternateBounds"/>
                    </mxGeometry>
                </mxCell>
                <mxCell id="161" value="attendance_correction_requests" style="shape=table;startSize=30;container=1;collapsible=1;childLayout=tableLayout;fixedRows=1;rowLines=0;fontStyle=1;align=center;resizeLast=1;html=1;" parent="1" vertex="1">
                    <mxGeometry x="1280" y="155" width="200" height="360" as="geometry"/>
                </mxCell>
                <mxCell id="162" value="" style="shape=tableRow;horizontal=0;startSize=0;swimlaneHead=0;swimlaneBody=0;fillColor=none;collapsible=0;dropTarget=0;points=[[0,0.5],[1,0.5]];portConstraint=eastwest;top=0;left=0;right=0;bottom=1;" parent="161" vertex="1">
                    <mxGeometry y="30" width="200" height="30" as="geometry"/>
                </mxCell>
                <mxCell id="163" value="PK" style="shape=partialRectangle;connectable=0;fillColor=none;top=0;left=0;bottom=0;right=0;fontStyle=1;overflow=hidden;whiteSpace=wrap;html=1;" parent="162" vertex="1">
                    <mxGeometry width="30" height="30" as="geometry">
                        <mxRectangle width="30" height="30" as="alternateBounds"/>
                    </mxGeometry>
                </mxCell>
                <mxCell id="164" value="id" style="shape=partialRectangle;connectable=0;fillColor=none;top=0;left=0;bottom=0;right=0;align=left;spacingLeft=6;fontStyle=5;overflow=hidden;whiteSpace=wrap;html=1;" parent="162" vertex="1">
                    <mxGeometry x="30" width="170" height="30" as="geometry">
                        <mxRectangle width="170" height="30" as="alternateBounds"/>
                    </mxGeometry>
                </mxCell>
                <mxCell id="165" value="" style="shape=tableRow;horizontal=0;startSize=0;swimlaneHead=0;swimlaneBody=0;fillColor=none;collapsible=0;dropTarget=0;points=[[0,0.5],[1,0.5]];portConstraint=eastwest;top=0;left=0;right=0;bottom=0;" parent="161" vertex="1">
                    <mxGeometry y="60" width="200" height="30" as="geometry"/>
                </mxCell>
                <mxCell id="166" value="" style="shape=partialRectangle;connectable=0;fillColor=none;top=0;left=0;bottom=0;right=0;editable=1;overflow=hidden;whiteSpace=wrap;html=1;" parent="165" vertex="1">
                    <mxGeometry width="30" height="30" as="geometry">
                        <mxRectangle width="30" height="30" as="alternateBounds"/>
                    </mxGeometry>
                </mxCell>
                <mxCell id="167" value="attendance_record_id" style="shape=partialRectangle;connectable=0;fillColor=none;top=0;left=0;bottom=0;right=0;align=left;spacingLeft=6;overflow=hidden;whiteSpace=wrap;html=1;" parent="165" vertex="1">
                    <mxGeometry x="30" width="170" height="30" as="geometry">
                        <mxRectangle width="170" height="30" as="alternateBounds"/>
                    </mxGeometry>
                </mxCell>
                <mxCell id="168" value="" style="shape=tableRow;horizontal=0;startSize=0;swimlaneHead=0;swimlaneBody=0;fillColor=none;collapsible=0;dropTarget=0;points=[[0,0.5],[1,0.5]];portConstraint=eastwest;top=0;left=0;right=0;bottom=0;" parent="161" vertex="1">
                    <mxGeometry y="90" width="200" height="30" as="geometry"/>
                </mxCell>
                <mxCell id="169" value="" style="shape=partialRectangle;connectable=0;fillColor=none;top=0;left=0;bottom=0;right=0;editable=1;overflow=hidden;whiteSpace=wrap;html=1;" parent="168" vertex="1">
                    <mxGeometry width="30" height="30" as="geometry">
                        <mxRectangle width="30" height="30" as="alternateBounds"/>
                    </mxGeometry>
                </mxCell>
                <mxCell id="170" value="user_id" style="shape=partialRectangle;connectable=0;fillColor=none;top=0;left=0;bottom=0;right=0;align=left;spacingLeft=6;overflow=hidden;whiteSpace=wrap;html=1;" parent="168" vertex="1">
                    <mxGeometry x="30" width="170" height="30" as="geometry">
                        <mxRectangle width="170" height="30" as="alternateBounds"/>
                    </mxGeometry>
                </mxCell>
                <mxCell id="171" value="" style="shape=tableRow;horizontal=0;startSize=0;swimlaneHead=0;swimlaneBody=0;fillColor=none;collapsible=0;dropTarget=0;points=[[0,0.5],[1,0.5]];portConstraint=eastwest;top=0;left=0;right=0;bottom=0;" parent="161" vertex="1">
                    <mxGeometry y="120" width="200" height="30" as="geometry"/>
                </mxCell>
                <mxCell id="172" value="" style="shape=partialRectangle;connectable=0;fillColor=none;top=0;left=0;bottom=0;right=0;editable=1;overflow=hidden;whiteSpace=wrap;html=1;" parent="171" vertex="1">
                    <mxGeometry width="30" height="30" as="geometry">
                        <mxRectangle width="30" height="30" as="alternateBounds"/>
                    </mxGeometry>
                </mxCell>
                <mxCell id="173" value="requested_clock_in" style="shape=partialRectangle;connectable=0;fillColor=none;top=0;left=0;bottom=0;right=0;align=left;spacingLeft=6;overflow=hidden;whiteSpace=wrap;html=1;" parent="171" vertex="1">
                    <mxGeometry x="30" width="170" height="30" as="geometry">
                        <mxRectangle width="170" height="30" as="alternateBounds"/>
                    </mxGeometry>
                </mxCell>
                <mxCell id="174" value="" style="shape=tableRow;horizontal=0;startSize=0;swimlaneHead=0;swimlaneBody=0;fillColor=none;collapsible=0;dropTarget=0;points=[[0,0.5],[1,0.5]];portConstraint=eastwest;top=0;left=0;right=0;bottom=0;" parent="161" vertex="1">
                    <mxGeometry y="150" width="200" height="30" as="geometry"/>
                </mxCell>
                <mxCell id="175" value="" style="shape=partialRectangle;connectable=0;fillColor=none;top=0;left=0;bottom=0;right=0;editable=1;overflow=hidden;whiteSpace=wrap;html=1;" parent="174" vertex="1">
                    <mxGeometry width="30" height="30" as="geometry">
                        <mxRectangle width="30" height="30" as="alternateBounds"/>
                    </mxGeometry>
                </mxCell>
                <mxCell id="176" value="requested_clock_out" style="shape=partialRectangle;connectable=0;fillColor=none;top=0;left=0;bottom=0;right=0;align=left;spacingLeft=6;overflow=hidden;whiteSpace=wrap;html=1;" parent="174" vertex="1">
                    <mxGeometry x="30" width="170" height="30" as="geometry">
                        <mxRectangle width="170" height="30" as="alternateBounds"/>
                    </mxGeometry>
                </mxCell>
                <mxCell id="177" value="" style="shape=tableRow;horizontal=0;startSize=0;swimlaneHead=0;swimlaneBody=0;fillColor=none;collapsible=0;dropTarget=0;points=[[0,0.5],[1,0.5]];portConstraint=eastwest;top=0;left=0;right=0;bottom=0;" parent="161" vertex="1">
                    <mxGeometry y="180" width="200" height="30" as="geometry"/>
                </mxCell>
                <mxCell id="178" value="" style="shape=partialRectangle;connectable=0;fillColor=none;top=0;left=0;bottom=0;right=0;editable=1;overflow=hidden;whiteSpace=wrap;html=1;" parent="177" vertex="1">
                    <mxGeometry width="30" height="30" as="geometry">
                        <mxRectangle width="30" height="30" as="alternateBounds"/>
                    </mxGeometry>
                </mxCell>
                <mxCell id="179" value="requested_comment" style="shape=partialRectangle;connectable=0;fillColor=none;top=0;left=0;bottom=0;right=0;align=left;spacingLeft=6;overflow=hidden;whiteSpace=wrap;html=1;" parent="177" vertex="1">
                    <mxGeometry x="30" width="170" height="30" as="geometry">
                        <mxRectangle width="170" height="30" as="alternateBounds"/>
                    </mxGeometry>
                </mxCell>
                <mxCell id="180" value="" style="shape=tableRow;horizontal=0;startSize=0;swimlaneHead=0;swimlaneBody=0;fillColor=none;collapsible=0;dropTarget=0;points=[[0,0.5],[1,0.5]];portConstraint=eastwest;top=0;left=0;right=0;bottom=0;" parent="161" vertex="1">
                    <mxGeometry y="210" width="200" height="30" as="geometry"/>
                </mxCell>
                <mxCell id="181" value="" style="shape=partialRectangle;connectable=0;fillColor=none;top=0;left=0;bottom=0;right=0;editable=1;overflow=hidden;whiteSpace=wrap;html=1;" parent="180" vertex="1">
                    <mxGeometry width="30" height="30" as="geometry">
                        <mxRectangle width="30" height="30" as="alternateBounds"/>
                    </mxGeometry>
                </mxCell>
                <mxCell id="182" value="status" style="shape=partialRectangle;connectable=0;fillColor=none;top=0;left=0;bottom=0;right=0;align=left;spacingLeft=6;overflow=hidden;whiteSpace=wrap;html=1;" parent="180" vertex="1">
                    <mxGeometry x="30" width="170" height="30" as="geometry">
                        <mxRectangle width="170" height="30" as="alternateBounds"/>
                    </mxGeometry>
                </mxCell>
                <mxCell id="289" value="" style="shape=tableRow;horizontal=0;startSize=0;swimlaneHead=0;swimlaneBody=0;fillColor=none;collapsible=0;dropTarget=0;points=[[0,0.5],[1,0.5]];portConstraint=eastwest;top=0;left=0;right=0;bottom=0;" parent="161" vertex="1">
                    <mxGeometry y="240" width="200" height="30" as="geometry"/>
                </mxCell>
                <mxCell id="290" value="" style="shape=partialRectangle;connectable=0;fillColor=none;top=0;left=0;bottom=0;right=0;editable=1;overflow=hidden;whiteSpace=wrap;html=1;" parent="289" vertex="1">
                    <mxGeometry width="30" height="30" as="geometry">
                        <mxRectangle width="30" height="30" as="alternateBounds"/>
                    </mxGeometry>
                </mxCell>
                <mxCell id="291" value="approved_admin_id" style="shape=partialRectangle;connectable=0;fillColor=none;top=0;left=0;bottom=0;right=0;align=left;spacingLeft=6;overflow=hidden;whiteSpace=wrap;html=1;" parent="289" vertex="1">
                    <mxGeometry x="30" width="170" height="30" as="geometry">
                        <mxRectangle width="170" height="30" as="alternateBounds"/>
                    </mxGeometry>
                </mxCell>
                <mxCell id="292" value="" style="shape=tableRow;horizontal=0;startSize=0;swimlaneHead=0;swimlaneBody=0;fillColor=none;collapsible=0;dropTarget=0;points=[[0,0.5],[1,0.5]];portConstraint=eastwest;top=0;left=0;right=0;bottom=0;" parent="161" vertex="1">
                    <mxGeometry y="270" width="200" height="30" as="geometry"/>
                </mxCell>
                <mxCell id="293" value="" style="shape=partialRectangle;connectable=0;fillColor=none;top=0;left=0;bottom=0;right=0;editable=1;overflow=hidden;whiteSpace=wrap;html=1;" parent="292" vertex="1">
                    <mxGeometry width="30" height="30" as="geometry">
                        <mxRectangle width="30" height="30" as="alternateBounds"/>
                    </mxGeometry>
                </mxCell>
                <mxCell id="294" value="approved_at" style="shape=partialRectangle;connectable=0;fillColor=none;top=0;left=0;bottom=0;right=0;align=left;spacingLeft=6;overflow=hidden;whiteSpace=wrap;html=1;" parent="292" vertex="1">
                    <mxGeometry x="30" width="170" height="30" as="geometry">
                        <mxRectangle width="170" height="30" as="alternateBounds"/>
                    </mxGeometry>
                </mxCell>
                <mxCell id="183" value="" style="shape=tableRow;horizontal=0;startSize=0;swimlaneHead=0;swimlaneBody=0;fillColor=none;collapsible=0;dropTarget=0;points=[[0,0.5],[1,0.5]];portConstraint=eastwest;top=0;left=0;right=0;bottom=0;" parent="161" vertex="1">
                    <mxGeometry y="300" width="200" height="30" as="geometry"/>
                </mxCell>
                <mxCell id="184" value="" style="shape=partialRectangle;connectable=0;fillColor=none;top=0;left=0;bottom=0;right=0;editable=1;overflow=hidden;whiteSpace=wrap;html=1;" parent="183" vertex="1">
                    <mxGeometry width="30" height="30" as="geometry">
                        <mxRectangle width="30" height="30" as="alternateBounds"/>
                    </mxGeometry>
                </mxCell>
                <mxCell id="185" value="&lt;span style=&quot;color: rgb(0, 0, 0);&quot;&gt;created_at&lt;/span&gt;" style="shape=partialRectangle;connectable=0;fillColor=none;top=0;left=0;bottom=0;right=0;align=left;spacingLeft=6;overflow=hidden;whiteSpace=wrap;html=1;" parent="183" vertex="1">
                    <mxGeometry x="30" width="170" height="30" as="geometry">
                        <mxRectangle width="170" height="30" as="alternateBounds"/>
                    </mxGeometry>
                </mxCell>
                <mxCell id="186" value="" style="shape=tableRow;horizontal=0;startSize=0;swimlaneHead=0;swimlaneBody=0;fillColor=none;collapsible=0;dropTarget=0;points=[[0,0.5],[1,0.5]];portConstraint=eastwest;top=0;left=0;right=0;bottom=0;" parent="161" vertex="1">
                    <mxGeometry y="330" width="200" height="30" as="geometry"/>
                </mxCell>
                <mxCell id="187" value="" style="shape=partialRectangle;connectable=0;fillColor=none;top=0;left=0;bottom=0;right=0;editable=1;overflow=hidden;whiteSpace=wrap;html=1;" parent="186" vertex="1">
                    <mxGeometry width="30" height="30" as="geometry">
                        <mxRectangle width="30" height="30" as="alternateBounds"/>
                    </mxGeometry>
                </mxCell>
                <mxCell id="188" value="updated_at" style="shape=partialRectangle;connectable=0;fillColor=none;top=0;left=0;bottom=0;right=0;align=left;spacingLeft=6;overflow=hidden;whiteSpace=wrap;html=1;" parent="186" vertex="1">
                    <mxGeometry x="30" width="170" height="30" as="geometry">
                        <mxRectangle width="170" height="30" as="alternateBounds"/>
                    </mxGeometry>
                </mxCell>
                <mxCell id="189" value="attendance_records" style="shape=table;startSize=30;container=1;collapsible=1;childLayout=tableLayout;fixedRows=1;rowLines=0;fontStyle=1;align=center;resizeLast=1;html=1;" parent="1" vertex="1">
                    <mxGeometry x="1280" y="-200" width="200" height="270" as="geometry"/>
                </mxCell>
                <mxCell id="190" value="" style="shape=tableRow;horizontal=0;startSize=0;swimlaneHead=0;swimlaneBody=0;fillColor=none;collapsible=0;dropTarget=0;points=[[0,0.5],[1,0.5]];portConstraint=eastwest;top=0;left=0;right=0;bottom=1;" parent="189" vertex="1">
                    <mxGeometry y="30" width="200" height="30" as="geometry"/>
                </mxCell>
                <mxCell id="191" value="PK" style="shape=partialRectangle;connectable=0;fillColor=none;top=0;left=0;bottom=0;right=0;fontStyle=1;overflow=hidden;whiteSpace=wrap;html=1;" parent="190" vertex="1">
                    <mxGeometry width="30" height="30" as="geometry">
                        <mxRectangle width="30" height="30" as="alternateBounds"/>
                    </mxGeometry>
                </mxCell>
                <mxCell id="192" value="id" style="shape=partialRectangle;connectable=0;fillColor=none;top=0;left=0;bottom=0;right=0;align=left;spacingLeft=6;fontStyle=5;overflow=hidden;whiteSpace=wrap;html=1;" parent="190" vertex="1">
                    <mxGeometry x="30" width="170" height="30" as="geometry">
                        <mxRectangle width="170" height="30" as="alternateBounds"/>
                    </mxGeometry>
                </mxCell>
                <mxCell id="193" value="" style="shape=tableRow;horizontal=0;startSize=0;swimlaneHead=0;swimlaneBody=0;fillColor=none;collapsible=0;dropTarget=0;points=[[0,0.5],[1,0.5]];portConstraint=eastwest;top=0;left=0;right=0;bottom=0;" parent="189" vertex="1">
                    <mxGeometry y="60" width="200" height="30" as="geometry"/>
                </mxCell>
                <mxCell id="194" value="" style="shape=partialRectangle;connectable=0;fillColor=none;top=0;left=0;bottom=0;right=0;editable=1;overflow=hidden;whiteSpace=wrap;html=1;" parent="193" vertex="1">
                    <mxGeometry width="30" height="30" as="geometry">
                        <mxRectangle width="30" height="30" as="alternateBounds"/>
                    </mxGeometry>
                </mxCell>
                <mxCell id="195" value="user_id" style="shape=partialRectangle;connectable=0;fillColor=none;top=0;left=0;bottom=0;right=0;align=left;spacingLeft=6;overflow=hidden;whiteSpace=wrap;html=1;" parent="193" vertex="1">
                    <mxGeometry x="30" width="170" height="30" as="geometry">
                        <mxRectangle width="170" height="30" as="alternateBounds"/>
                    </mxGeometry>
                </mxCell>
                <mxCell id="196" value="" style="shape=tableRow;horizontal=0;startSize=0;swimlaneHead=0;swimlaneBody=0;fillColor=none;collapsible=0;dropTarget=0;points=[[0,0.5],[1,0.5]];portConstraint=eastwest;top=0;left=0;right=0;bottom=0;" parent="189" vertex="1">
                    <mxGeometry y="90" width="200" height="30" as="geometry"/>
                </mxCell>
                <mxCell id="197" value="" style="shape=partialRectangle;connectable=0;fillColor=none;top=0;left=0;bottom=0;right=0;editable=1;overflow=hidden;whiteSpace=wrap;html=1;" parent="196" vertex="1">
                    <mxGeometry width="30" height="30" as="geometry">
                        <mxRectangle width="30" height="30" as="alternateBounds"/>
                    </mxGeometry>
                </mxCell>
                <mxCell id="198" value="work_date" style="shape=partialRectangle;connectable=0;fillColor=none;top=0;left=0;bottom=0;right=0;align=left;spacingLeft=6;overflow=hidden;whiteSpace=wrap;html=1;" parent="196" vertex="1">
                    <mxGeometry x="30" width="170" height="30" as="geometry">
                        <mxRectangle width="170" height="30" as="alternateBounds"/>
                    </mxGeometry>
                </mxCell>
                <mxCell id="282" value="" style="shape=tableRow;horizontal=0;startSize=0;swimlaneHead=0;swimlaneBody=0;fillColor=none;collapsible=0;dropTarget=0;points=[[0,0.5],[1,0.5]];portConstraint=eastwest;top=0;left=0;right=0;bottom=0;" parent="189" vertex="1">
                    <mxGeometry y="120" width="200" height="30" as="geometry"/>
                </mxCell>
                <mxCell id="283" value="" style="shape=partialRectangle;connectable=0;fillColor=none;top=0;left=0;bottom=0;right=0;editable=1;overflow=hidden;whiteSpace=wrap;html=1;" parent="282" vertex="1">
                    <mxGeometry width="30" height="30" as="geometry">
                        <mxRectangle width="30" height="30" as="alternateBounds"/>
                    </mxGeometry>
                </mxCell>
                <mxCell id="284" value="clock_in" style="shape=partialRectangle;connectable=0;fillColor=none;top=0;left=0;bottom=0;right=0;align=left;spacingLeft=6;overflow=hidden;whiteSpace=wrap;html=1;" parent="282" vertex="1">
                    <mxGeometry x="30" width="170" height="30" as="geometry">
                        <mxRectangle width="170" height="30" as="alternateBounds"/>
                    </mxGeometry>
                </mxCell>
                <mxCell id="285" value="" style="shape=tableRow;horizontal=0;startSize=0;swimlaneHead=0;swimlaneBody=0;fillColor=none;collapsible=0;dropTarget=0;points=[[0,0.5],[1,0.5]];portConstraint=eastwest;top=0;left=0;right=0;bottom=0;" parent="189" vertex="1">
                    <mxGeometry y="150" width="200" height="30" as="geometry"/>
                </mxCell>
                <mxCell id="286" value="" style="shape=partialRectangle;connectable=0;fillColor=none;top=0;left=0;bottom=0;right=0;editable=1;overflow=hidden;whiteSpace=wrap;html=1;" parent="285" vertex="1">
                    <mxGeometry width="30" height="30" as="geometry">
                        <mxRectangle width="30" height="30" as="alternateBounds"/>
                    </mxGeometry>
                </mxCell>
                <mxCell id="287" value="clock_out" style="shape=partialRectangle;connectable=0;fillColor=none;top=0;left=0;bottom=0;right=0;align=left;spacingLeft=6;overflow=hidden;whiteSpace=wrap;html=1;" parent="285" vertex="1">
                    <mxGeometry x="30" width="170" height="30" as="geometry">
                        <mxRectangle width="170" height="30" as="alternateBounds"/>
                    </mxGeometry>
                </mxCell>
                <mxCell id="279" value="" style="shape=tableRow;horizontal=0;startSize=0;swimlaneHead=0;swimlaneBody=0;fillColor=none;collapsible=0;dropTarget=0;points=[[0,0.5],[1,0.5]];portConstraint=eastwest;top=0;left=0;right=0;bottom=0;" parent="189" vertex="1">
                    <mxGeometry y="180" width="200" height="30" as="geometry"/>
                </mxCell>
                <mxCell id="280" value="" style="shape=partialRectangle;connectable=0;fillColor=none;top=0;left=0;bottom=0;right=0;editable=1;overflow=hidden;whiteSpace=wrap;html=1;" parent="279" vertex="1">
                    <mxGeometry width="30" height="30" as="geometry">
                        <mxRectangle width="30" height="30" as="alternateBounds"/>
                    </mxGeometry>
                </mxCell>
                <mxCell id="281" value="comment" style="shape=partialRectangle;connectable=0;fillColor=none;top=0;left=0;bottom=0;right=0;align=left;spacingLeft=6;overflow=hidden;whiteSpace=wrap;html=1;" parent="279" vertex="1">
                    <mxGeometry x="30" width="170" height="30" as="geometry">
                        <mxRectangle width="170" height="30" as="alternateBounds"/>
                    </mxGeometry>
                </mxCell>
                <mxCell id="199" value="" style="shape=tableRow;horizontal=0;startSize=0;swimlaneHead=0;swimlaneBody=0;fillColor=none;collapsible=0;dropTarget=0;points=[[0,0.5],[1,0.5]];portConstraint=eastwest;top=0;left=0;right=0;bottom=0;" parent="189" vertex="1">
                    <mxGeometry y="210" width="200" height="30" as="geometry"/>
                </mxCell>
                <mxCell id="200" value="" style="shape=partialRectangle;connectable=0;fillColor=none;top=0;left=0;bottom=0;right=0;editable=1;overflow=hidden;whiteSpace=wrap;html=1;" parent="199" vertex="1">
                    <mxGeometry width="30" height="30" as="geometry">
                        <mxRectangle width="30" height="30" as="alternateBounds"/>
                    </mxGeometry>
                </mxCell>
                <mxCell id="201" value="created_at" style="shape=partialRectangle;connectable=0;fillColor=none;top=0;left=0;bottom=0;right=0;align=left;spacingLeft=6;overflow=hidden;whiteSpace=wrap;html=1;" parent="199" vertex="1">
                    <mxGeometry x="30" width="170" height="30" as="geometry">
                        <mxRectangle width="170" height="30" as="alternateBounds"/>
                    </mxGeometry>
                </mxCell>
                <mxCell id="202" value="" style="shape=tableRow;horizontal=0;startSize=0;swimlaneHead=0;swimlaneBody=0;fillColor=none;collapsible=0;dropTarget=0;points=[[0,0.5],[1,0.5]];portConstraint=eastwest;top=0;left=0;right=0;bottom=0;" parent="189" vertex="1">
                    <mxGeometry y="240" width="200" height="30" as="geometry"/>
                </mxCell>
                <mxCell id="203" value="" style="shape=partialRectangle;connectable=0;fillColor=none;top=0;left=0;bottom=0;right=0;editable=1;overflow=hidden;whiteSpace=wrap;html=1;" parent="202" vertex="1">
                    <mxGeometry width="30" height="30" as="geometry">
                        <mxRectangle width="30" height="30" as="alternateBounds"/>
                    </mxGeometry>
                </mxCell>
                <mxCell id="204" value="updated_at" style="shape=partialRectangle;connectable=0;fillColor=none;top=0;left=0;bottom=0;right=0;align=left;spacingLeft=6;overflow=hidden;whiteSpace=wrap;html=1;" parent="202" vertex="1">
                    <mxGeometry x="30" width="170" height="30" as="geometry">
                        <mxRectangle width="170" height="30" as="alternateBounds"/>
                    </mxGeometry>
                </mxCell>
                <mxCell id="205" value="attendance_breaks" style="shape=table;startSize=30;container=1;collapsible=1;childLayout=tableLayout;fixedRows=1;rowLines=0;fontStyle=1;align=center;resizeLast=1;html=1;" parent="1" vertex="1">
                    <mxGeometry x="1640" y="-200" width="200" height="210" as="geometry"/>
                </mxCell>
                <mxCell id="206" value="" style="shape=tableRow;horizontal=0;startSize=0;swimlaneHead=0;swimlaneBody=0;fillColor=none;collapsible=0;dropTarget=0;points=[[0,0.5],[1,0.5]];portConstraint=eastwest;top=0;left=0;right=0;bottom=1;" parent="205" vertex="1">
                    <mxGeometry y="30" width="200" height="30" as="geometry"/>
                </mxCell>
                <mxCell id="207" value="PK" style="shape=partialRectangle;connectable=0;fillColor=none;top=0;left=0;bottom=0;right=0;fontStyle=1;overflow=hidden;whiteSpace=wrap;html=1;" parent="206" vertex="1">
                    <mxGeometry width="30" height="30" as="geometry">
                        <mxRectangle width="30" height="30" as="alternateBounds"/>
                    </mxGeometry>
                </mxCell>
                <mxCell id="208" value="id" style="shape=partialRectangle;connectable=0;fillColor=none;top=0;left=0;bottom=0;right=0;align=left;spacingLeft=6;fontStyle=5;overflow=hidden;whiteSpace=wrap;html=1;" parent="206" vertex="1">
                    <mxGeometry x="30" width="170" height="30" as="geometry">
                        <mxRectangle width="170" height="30" as="alternateBounds"/>
                    </mxGeometry>
                </mxCell>
                <mxCell id="209" value="" style="shape=tableRow;horizontal=0;startSize=0;swimlaneHead=0;swimlaneBody=0;fillColor=none;collapsible=0;dropTarget=0;points=[[0,0.5],[1,0.5]];portConstraint=eastwest;top=0;left=0;right=0;bottom=0;" parent="205" vertex="1">
                    <mxGeometry y="60" width="200" height="30" as="geometry"/>
                </mxCell>
                <mxCell id="210" value="" style="shape=partialRectangle;connectable=0;fillColor=none;top=0;left=0;bottom=0;right=0;editable=1;overflow=hidden;whiteSpace=wrap;html=1;" parent="209" vertex="1">
                    <mxGeometry width="30" height="30" as="geometry">
                        <mxRectangle width="30" height="30" as="alternateBounds"/>
                    </mxGeometry>
                </mxCell>
                <mxCell id="211" value="attendance_record_id" style="shape=partialRectangle;connectable=0;fillColor=none;top=0;left=0;bottom=0;right=0;align=left;spacingLeft=6;overflow=hidden;whiteSpace=wrap;html=1;" parent="209" vertex="1">
                    <mxGeometry x="30" width="170" height="30" as="geometry">
                        <mxRectangle width="170" height="30" as="alternateBounds"/>
                    </mxGeometry>
                </mxCell>
                <mxCell id="212" value="" style="shape=tableRow;horizontal=0;startSize=0;swimlaneHead=0;swimlaneBody=0;fillColor=none;collapsible=0;dropTarget=0;points=[[0,0.5],[1,0.5]];portConstraint=eastwest;top=0;left=0;right=0;bottom=0;" parent="205" vertex="1">
                    <mxGeometry y="90" width="200" height="30" as="geometry"/>
                </mxCell>
                <mxCell id="213" value="" style="shape=partialRectangle;connectable=0;fillColor=none;top=0;left=0;bottom=0;right=0;editable=1;overflow=hidden;whiteSpace=wrap;html=1;" parent="212" vertex="1">
                    <mxGeometry width="30" height="30" as="geometry">
                        <mxRectangle width="30" height="30" as="alternateBounds"/>
                    </mxGeometry>
                </mxCell>
                <mxCell id="214" value="break_start" style="shape=partialRectangle;connectable=0;fillColor=none;top=0;left=0;bottom=0;right=0;align=left;spacingLeft=6;overflow=hidden;whiteSpace=wrap;html=1;" parent="212" vertex="1">
                    <mxGeometry x="30" width="170" height="30" as="geometry">
                        <mxRectangle width="170" height="30" as="alternateBounds"/>
                    </mxGeometry>
                </mxCell>
                <mxCell id="215" value="" style="shape=tableRow;horizontal=0;startSize=0;swimlaneHead=0;swimlaneBody=0;fillColor=none;collapsible=0;dropTarget=0;points=[[0,0.5],[1,0.5]];portConstraint=eastwest;top=0;left=0;right=0;bottom=0;" parent="205" vertex="1">
                    <mxGeometry y="120" width="200" height="30" as="geometry"/>
                </mxCell>
                <mxCell id="216" value="" style="shape=partialRectangle;connectable=0;fillColor=none;top=0;left=0;bottom=0;right=0;editable=1;overflow=hidden;whiteSpace=wrap;html=1;" parent="215" vertex="1">
                    <mxGeometry width="30" height="30" as="geometry">
                        <mxRectangle width="30" height="30" as="alternateBounds"/>
                    </mxGeometry>
                </mxCell>
                <mxCell id="217" value="break_end" style="shape=partialRectangle;connectable=0;fillColor=none;top=0;left=0;bottom=0;right=0;align=left;spacingLeft=6;overflow=hidden;whiteSpace=wrap;html=1;" parent="215" vertex="1">
                    <mxGeometry x="30" width="170" height="30" as="geometry">
                        <mxRectangle width="170" height="30" as="alternateBounds"/>
                    </mxGeometry>
                </mxCell>
                <mxCell id="218" value="" style="shape=tableRow;horizontal=0;startSize=0;swimlaneHead=0;swimlaneBody=0;fillColor=none;collapsible=0;dropTarget=0;points=[[0,0.5],[1,0.5]];portConstraint=eastwest;top=0;left=0;right=0;bottom=0;" parent="205" vertex="1">
                    <mxGeometry y="150" width="200" height="30" as="geometry"/>
                </mxCell>
                <mxCell id="219" value="" style="shape=partialRectangle;connectable=0;fillColor=none;top=0;left=0;bottom=0;right=0;editable=1;overflow=hidden;whiteSpace=wrap;html=1;" parent="218" vertex="1">
                    <mxGeometry width="30" height="30" as="geometry">
                        <mxRectangle width="30" height="30" as="alternateBounds"/>
                    </mxGeometry>
                </mxCell>
                <mxCell id="220" value="&lt;span style=&quot;color: rgb(0, 0, 0);&quot;&gt;created_at&lt;/span&gt;" style="shape=partialRectangle;connectable=0;fillColor=none;top=0;left=0;bottom=0;right=0;align=left;spacingLeft=6;overflow=hidden;whiteSpace=wrap;html=1;" parent="218" vertex="1">
                    <mxGeometry x="30" width="170" height="30" as="geometry">
                        <mxRectangle width="170" height="30" as="alternateBounds"/>
                    </mxGeometry>
                </mxCell>
                <mxCell id="221" value="" style="shape=tableRow;horizontal=0;startSize=0;swimlaneHead=0;swimlaneBody=0;fillColor=none;collapsible=0;dropTarget=0;points=[[0,0.5],[1,0.5]];portConstraint=eastwest;top=0;left=0;right=0;bottom=0;" parent="205" vertex="1">
                    <mxGeometry y="180" width="200" height="30" as="geometry"/>
                </mxCell>
                <mxCell id="222" value="" style="shape=partialRectangle;connectable=0;fillColor=none;top=0;left=0;bottom=0;right=0;editable=1;overflow=hidden;whiteSpace=wrap;html=1;" parent="221" vertex="1">
                    <mxGeometry width="30" height="30" as="geometry">
                        <mxRectangle width="30" height="30" as="alternateBounds"/>
                    </mxGeometry>
                </mxCell>
                <mxCell id="223" value="updated_at" style="shape=partialRectangle;connectable=0;fillColor=none;top=0;left=0;bottom=0;right=0;align=left;spacingLeft=6;overflow=hidden;whiteSpace=wrap;html=1;" parent="221" vertex="1">
                    <mxGeometry x="30" width="170" height="30" as="geometry">
                        <mxRectangle width="170" height="30" as="alternateBounds"/>
                    </mxGeometry>
                </mxCell>
                <mxCell id="225" value="" style="edgeStyle=entityRelationEdgeStyle;fontSize=12;html=1;endArrow=ERone;startArrow=ERone;startFill=0;endFill=0;" parent="1" source="22" edge="1">
                    <mxGeometry width="100" height="100" relative="1" as="geometry">
                        <mxPoint x="1746" y="405" as="sourcePoint"/>
                        <mxPoint x="1870" y="488" as="targetPoint"/>
                        <Array as="points">
                            <mxPoint x="1664" y="369"/>
                            <mxPoint x="1602" y="-413"/>
                            <mxPoint x="1696" y="742"/>
                            <mxPoint x="2133" y="885"/>
                        </Array>
                    </mxGeometry>
                </mxCell>
                <mxCell id="226" value="" style="edgeStyle=entityRelationEdgeStyle;fontSize=12;html=1;endArrow=ERone;startArrow=ERone;startFill=0;endFill=0;exitX=1.005;exitY=0.061;exitDx=0;exitDy=0;exitPerimeter=0;" parent="1" source="16" target="104" edge="1">
                    <mxGeometry width="100" height="100" relative="1" as="geometry">
                        <mxPoint x="1757" y="73" as="sourcePoint"/>
                        <mxPoint x="2125.609" y="269.5" as="targetPoint"/>
                        <Array as="points">
                            <mxPoint x="1786" y="90"/>
                            <mxPoint x="1724" y="-692"/>
                            <mxPoint x="2255" y="606"/>
                        </Array>
                    </mxGeometry>
                </mxCell>
                <mxCell id="227" value="" style="edgeStyle=entityRelationEdgeStyle;fontSize=12;html=1;endArrow=ERoneToMany;startArrow=ERone;startFill=0;endFill=0;" parent="1" source="16" target="45" edge="1">
                    <mxGeometry width="100" height="100" relative="1" as="geometry">
                        <mxPoint x="1759" y="86" as="sourcePoint"/>
                        <mxPoint x="2127.609" y="282.5" as="targetPoint"/>
                        <Array as="points">
                            <mxPoint x="1788" y="103"/>
                            <mxPoint x="1726" y="-679"/>
                            <mxPoint x="2257" y="619"/>
                        </Array>
                    </mxGeometry>
                </mxCell>
                <mxCell id="229" value="" style="fontSize=12;html=1;endArrow=ERone;startArrow=ERzeroToMany;startFill=0;endFill=0;" parent="1" source="48" edge="1">
                    <mxGeometry width="100" height="100" relative="1" as="geometry">
                        <mxPoint x="2050.39" y="275" as="sourcePoint"/>
                        <mxPoint x="2100" y="338.782608695652" as="targetPoint"/>
                    </mxGeometry>
                </mxCell>
                <mxCell id="233" value="" style="edgeStyle=entityRelationEdgeStyle;fontSize=12;html=1;endArrow=ERone;startArrow=ERzeroToMany;startFill=0;endFill=0;" parent="1" source="212" target="16" edge="1">
                    <mxGeometry width="100" height="100" relative="1" as="geometry">
                        <mxPoint x="1456" y="276" as="sourcePoint"/>
                        <mxPoint x="1574" y="69" as="targetPoint"/>
                        <Array as="points">
                            <mxPoint x="1526" y="-96"/>
                            <mxPoint x="1116.3899999999999" y="-6"/>
                            <mxPoint x="1585.3899999999999" y="510"/>
                        </Array>
                    </mxGeometry>
                </mxCell>
                <mxCell id="238" value="" style="edgeStyle=entityRelationEdgeStyle;fontSize=12;html=1;endArrow=ERone;startArrow=ERzeroToMany;startFill=0;endFill=0;entryX=1;entryY=0.5;entryDx=0;entryDy=0;" parent="1" source="19" target="162" edge="1">
                    <mxGeometry width="100" height="100" relative="1" as="geometry">
                        <mxPoint x="1458" y="302" as="sourcePoint"/>
                        <mxPoint x="1569" y="62" as="targetPoint"/>
                        <Array as="points">
                            <mxPoint x="1528" y="-70"/>
                            <mxPoint x="1118.3899999999999" y="20"/>
                            <mxPoint x="1587.3899999999999" y="536"/>
                        </Array>
                    </mxGeometry>
                </mxCell>
                <mxCell id="239" value="" style="edgeStyle=entityRelationEdgeStyle;fontSize=12;html=1;endArrow=ERzeroToMany;startArrow=ERone;startFill=0;endFill=0;" parent="1" target="209" edge="1">
                    <mxGeometry width="100" height="100" relative="1" as="geometry">
                        <mxPoint x="1480" y="-160" as="sourcePoint"/>
                        <mxPoint x="1264" y="198" as="targetPoint"/>
                        <Array as="points">
                            <mxPoint x="1209" y="67"/>
                            <mxPoint x="1678" y="583"/>
                        </Array>
                    </mxGeometry>
                </mxCell>
                <mxCell id="240" value="" style="edgeStyle=entityRelationEdgeStyle;fontSize=12;html=1;endArrow=ERzeroToMany;startArrow=ERone;startFill=0;endFill=0;entryX=0;entryY=0.5;entryDx=0;entryDy=0;" parent="1" target="193" edge="1">
                    <mxGeometry width="100" height="100" relative="1" as="geometry">
                        <mxPoint x="1160" y="-165" as="sourcePoint"/>
                        <mxPoint x="1225" y="-190" as="targetPoint"/>
                        <Array as="points">
                            <mxPoint x="1192.08" y="-15"/>
                            <mxPoint x="1661.08" y="501"/>
                            <mxPoint x="1330" y="-110"/>
                            <mxPoint x="1240" y="-120"/>
                        </Array>
                    </mxGeometry>
                </mxCell>
-                 <mxCell id="242" value="※ UNIQUE(user_id, work_date)" style="text;html=1;align=center;verticalAlign=middle;whiteSpace=wrap;rounded=0;fontSize=9;" parent="1" vertex="1">
-                     <mxGeometry x="1470" y="-190" width="160" height="17" as="geometry"/>
+                 <mxCell id="242" value="※ UNIQUE(user_id, work_date)" style="text;html=1;align=left;verticalAlign=middle;whiteSpace=wrap;rounded=0;fontSize=9;" parent="1" vertex="1">
+                     <mxGeometry x="1480" y="-190" width="140" height="17" as="geometry"/>
                </mxCell>
                <mxCell id="264" value="※ UNIQUE(item_id, category_id)" style="text;html=1;align=center;verticalAlign=middle;whiteSpace=wrap;rounded=0;fontSize=9;" parent="1" vertex="1">
                    <mxGeometry x="2090" y="246.5" width="144" height="17" as="geometry"/>
                </mxCell>
                <mxCell id="266" value="※ UNIQUE(item_id)" style="text;html=1;align=center;verticalAlign=middle;whiteSpace=wrap;rounded=0;fontSize=9;" parent="1" vertex="1">
                    <mxGeometry x="2070" y="60" width="144" height="17" as="geometry"/>
                </mxCell>
                <mxCell id="288" value="" style="edgeStyle=entityRelationEdgeStyle;fontSize=12;html=1;endArrow=ERone;startArrow=ERzeroToMany;startFill=0;endFill=0;entryX=0.999;entryY=0.8;entryDx=0;entryDy=0;entryPerimeter=0;" parent="1" source="165" target="190" edge="1">
                    <mxGeometry width="100" height="100" relative="1" as="geometry">
                        <mxPoint x="1439" y="486" as="sourcePoint"/>
                        <mxPoint x="1573" y="324" as="targetPoint"/>
                        <Array as="points"/>
                    </mxGeometry>
                </mxCell>
                <mxCell id="296" value="" style="edgeStyle=entityRelationEdgeStyle;fontSize=12;html=1;endArrow=ERzeroToMany;startArrow=ERone;startFill=0;endFill=0;exitX=1;exitY=0.854;exitDx=0;exitDy=0;exitPerimeter=0;" parent="1" source="29" target="289" edge="1">
                    <mxGeometry width="100" height="100" relative="1" as="geometry">
                        <mxPoint x="1160" y="-148" as="sourcePoint"/>
                        <mxPoint x="1280" y="405" as="targetPoint"/>
                        <Array as="points">
                            <mxPoint x="1198" y="233"/>
                            <mxPoint x="1667" y="749"/>
                        </Array>
                    </mxGeometry>
                </mxCell>
+                 <mxCell id="297" value="user_id：申請者" style="text;html=1;align=left;verticalAlign=middle;whiteSpace=wrap;rounded=0;fontSize=9;" vertex="1" parent="1">
+                     <mxGeometry x="1230" y="100" width="160" height="17" as="geometry"/>
+                 </mxCell>
+                 <mxCell id="299" value="approved_admin_id：承認管理者&lt;br&gt;(nullable&lt;span style=&quot;color: rgb(63, 63, 63); background-color: transparent;&quot;&gt;)&lt;/span&gt;" style="text;html=1;align=center;verticalAlign=middle;whiteSpace=wrap;rounded=0;fontSize=9;" vertex="1" parent="1">
+                     <mxGeometry x="1080" y="150" width="140" height="30" as="geometry"/>
+                 </mxCell>
+                 <mxCell id="300" value="※ UNIQUE(email)" style="text;html=1;align=left;verticalAlign=middle;whiteSpace=wrap;rounded=0;fontSize=9;" vertex="1" parent="1">
+                     <mxGeometry x="1160" y="-190" width="140" height="17" as="geometry"/>
+                 </mxCell>
            </root>
        </mxGraphModel>
    </diagram>
</mxfile>